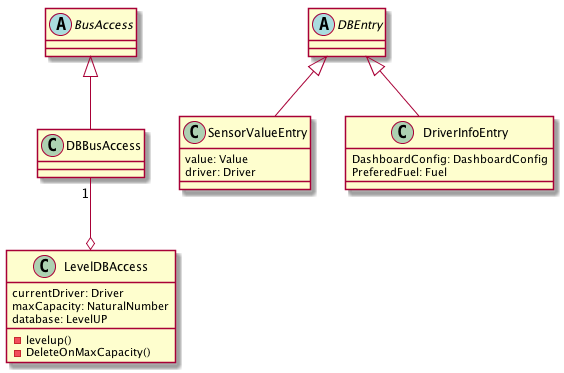
uzdry/PSE keeps this PlantUML diagram as Entwurf/diagrams/DBAccess.png. Above is the earlier version.
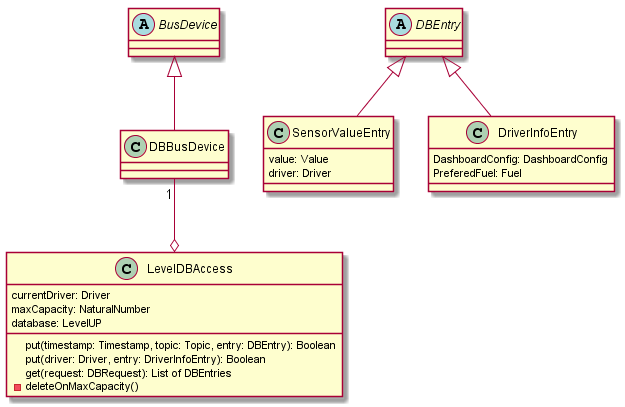
Later version of the same file.

Commit message:
Updated DBAccess and added description

Diff of the diagram source:
```diff
@@ -4,8 +4,10 @@
 currentDriver: Driver
 maxCapacity: NaturalNumber
 database: LevelUP
--levelup()
--DeleteOnMaxCapacity()
+put(timestamp: Timestamp, topic: Topic, entry: DBEntry): Boolean
+put(driver: Driver, entry: DriverInfoEntry): Boolean
+get(request: DBRequest): List of DBEntries
+-deleteOnMaxCapacity()
 }
 
 abstract class DBEntry {
@@ -21,12 +23,12 @@
 PreferedFuel: Fuel
 }
 
-abstract class BusAccess {
+abstract class BusDevice {
 }
 
-class DBBusAccess extends BusAccess {
+class DBBusDevice extends BusDevice {
 }
 
-DBBusAccess "1"--o LevelDBAccess
+DBBusDevice "1"--o LevelDBAccess
 
 @enduml
```
